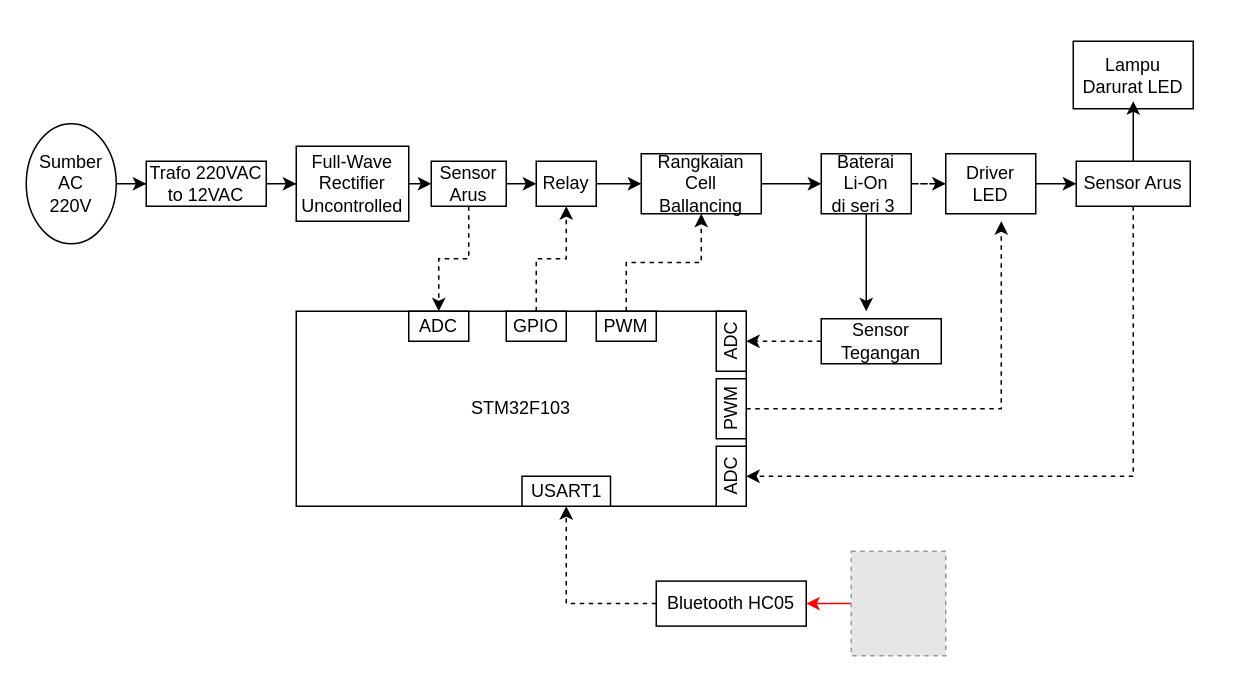
This is fixblok.drawio from Alfinaatika9/CRUD, a draw.io file, before an edit. Source tidied: cells renumbered, new cells numbered last; positions are measured from the earlier drawing's top-left corner, leaving out a move shared by most shapes. Both pictures are drawn from the tidied source at 150%, with x=0, y=0 at pixel (26, 40). Pictures stored in the file or linked from it are replaced by grey dashed boxes.
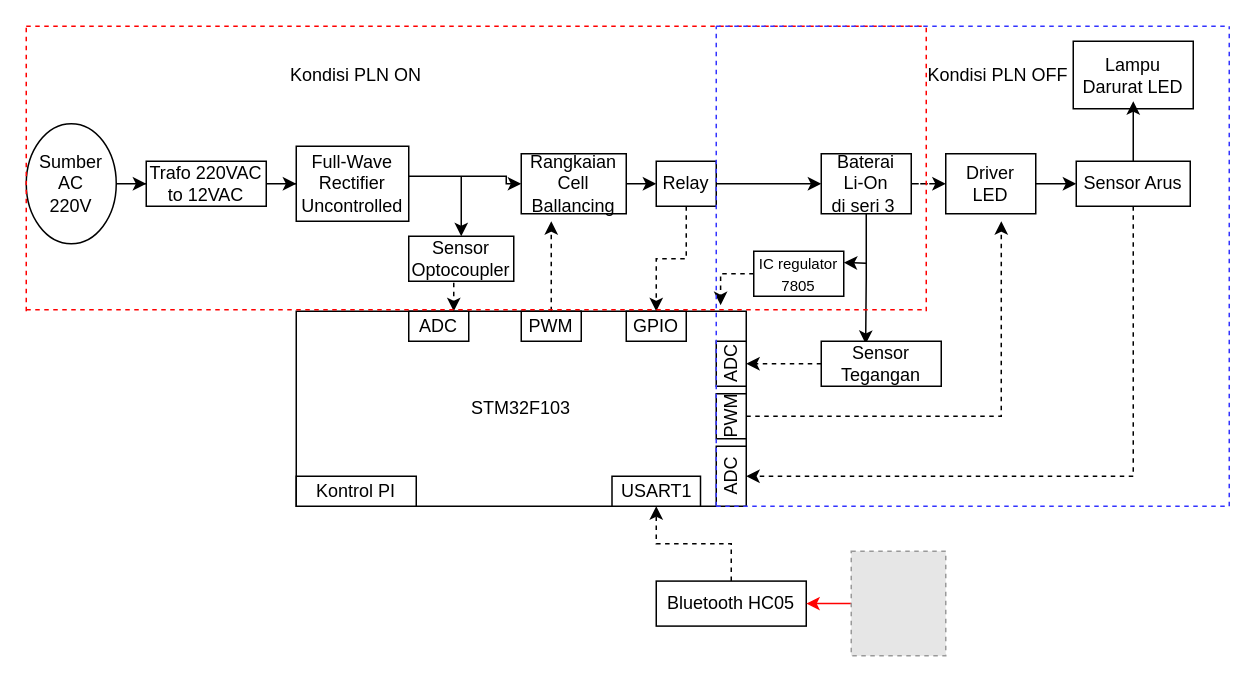
Above is the later version.

The change refers to these unchanged cells:
```xml
<mxCell id="5" value="Full-Wave Rectifier Uncontrolled" style="rounded=0;whiteSpace=wrap;html=1;" parent="1" vertex="1">
  <mxGeometry x="180" y="70" width="75" height="50" as="geometry" />
</mxCell>
<mxCell id="6" value="STM32F103" style="rounded=0;whiteSpace=wrap;html=1;" parent="1" vertex="1">
  <mxGeometry x="180" y="180" width="300" height="130" as="geometry" />
</mxCell>
<mxCell id="13" value="Baterai &lt;br&gt;Li-On &lt;br&gt;di seri 3&amp;nbsp;" style="rounded=0;whiteSpace=wrap;html=1;" parent="1" vertex="1">
  <mxGeometry x="530" y="75" width="60" height="40" as="geometry" />
</mxCell>
<mxCell id="38" value="ADC" style="rounded=0;whiteSpace=wrap;html=1;rotation=0;" parent="1" vertex="1">
  <mxGeometry x="255" y="180" width="40" height="20" as="geometry" />
</mxCell>
```

The edit, as a diff of the source:
```diff
@@
-    <mxCell id="4" style="edgeStyle=orthogonalEdgeStyle;rounded=0;jettySize=auto;html=1;exitX=1;exitY=0.5;exitDx=0;exitDy=0;entryX=0;entryY=0.5;entryDx=0;entryDy=0;" parent="1" edge="1" source="5" target="37">
-      <mxGeometry relative="1" as="geometry" />
-    </mxCell>
+    <mxCell id="41" style="edgeStyle=orthogonalEdgeStyle;rounded=0;jettySize=auto;html=1;entryX=0;entryY=0.5;entryDx=0;entryDy=0;" parent="1" edge="1" source="5" target="24">
+      <mxGeometry relative="1" as="geometry">
+        <Array as="points">
+          <mxPoint x="320" y="90" />
+        </Array>
+      </mxGeometry>
+    </mxCell>
@@
-    <mxCell id="7" style="edgeStyle=orthogonalEdgeStyle;rounded=0;jettySize=auto;html=1;" parent="1" edge="1" source="8" target="24">
-      <mxGeometry relative="1" as="geometry" />
-    </mxCell>
+    <mxCell id="42" style="edgeStyle=orthogonalEdgeStyle;rounded=0;jettySize=auto;html=1;exitX=1;exitY=0.5;exitDx=0;exitDy=0;entryX=0;entryY=0.5;entryDx=0;entryDy=0;" parent="1" edge="1" source="8" target="13">
+      <mxGeometry relative="1" as="geometry" />
+    </mxCell>
+    <mxCell id="43" style="edgeStyle=orthogonalEdgeStyle;rounded=0;jettySize=auto;html=1;entryX=0.5;entryY=1;entryDx=0;entryDy=0;dashed=1;" parent="1" edge="1" source="8" target="40">
+      <mxGeometry relative="1" as="geometry" />
+    </mxCell>
     <mxCell id="8" value="Relay" style="rounded=0;whiteSpace=wrap;html=1;" parent="1" vertex="1">
-      <mxGeometry x="340" y="80" width="40" height="30" as="geometry" />
+      <mxGeometry x="420" y="80" width="40" height="30" as="geometry" />
     </mxCell>
-    <mxCell id="9" style="edgeStyle=orthogonalEdgeStyle;rounded=0;jettySize=auto;html=1;dashed=1;" parent="1" edge="1" source="10" target="8">
-      <mxGeometry relative="1" as="geometry" />
-    </mxCell>
+    <mxCell id="44" style="edgeStyle=orthogonalEdgeStyle;rounded=0;jettySize=auto;html=1;dashed=1;" parent="1" edge="1" source="10">
+      <mxGeometry relative="1" as="geometry">
+        <mxPoint x="350" y="120" as="targetPoint" />
+      </mxGeometry>
+    </mxCell>
-    <mxCell id="10" value="GPIO" style="rounded=0;whiteSpace=wrap;html=1;rotation=0;" parent="1" vertex="1">
-      <mxGeometry x="320" y="180" width="40" height="20" as="geometry" />
+    <mxCell id="10" value="PWM" style="rounded=0;whiteSpace=wrap;html=1;rotation=0;" parent="1" vertex="1">
+      <mxGeometry x="330" y="180" width="40" height="20" as="geometry" />
     </mxCell>
@@
-    <mxCell id="12" style="edgeStyle=orthogonalEdgeStyle;rounded=0;jettySize=auto;html=1;" parent="1" edge="1" source="13">
-      <mxGeometry relative="1" as="geometry">
-        <mxPoint x="560" y="180" as="targetPoint" />
-      </mxGeometry>
-    </mxCell>
+    <mxCell id="45" style="edgeStyle=orthogonalEdgeStyle;rounded=0;jettySize=auto;html=1;entryX=0.37;entryY=0.06;entryDx=0;entryDy=0;entryPerimeter=0;" parent="1" edge="1" source="13" target="15">
+      <mxGeometry relative="1" as="geometry" />
+    </mxCell>
@@
     <mxCell id="15" value="Sensor Tegangan" style="rounded=0;whiteSpace=wrap;html=1;" parent="1" vertex="1">
-      <mxGeometry x="530" y="185" width="80" height="30" as="geometry" />
+      <mxGeometry x="530" y="200" width="80" height="30" as="geometry" />
     </mxCell>
     <mxCell id="16" value="ADC" style="rounded=0;whiteSpace=wrap;html=1;rotation=-90;" parent="1" vertex="1">
-      <mxGeometry x="450" y="190" width="40" height="20" as="geometry" />
+      <mxGeometry x="455" y="205" width="30" height="20" as="geometry" />
     </mxCell>
@@
     <mxCell id="20" value="USART1" style="rounded=0;whiteSpace=wrap;html=1;" parent="1" vertex="1">
-      <mxGeometry x="330.5" y="290" width="59" height="20" as="geometry" />
+      <mxGeometry x="390.5" y="290" width="59" height="20" as="geometry" />
     </mxCell>
@@
-    <mxCell id="23" style="edgeStyle=orthogonalEdgeStyle;rounded=0;jettySize=auto;html=1;" parent="1" edge="1" source="24" target="13">
-      <mxGeometry relative="1" as="geometry" />
-    </mxCell>
+    <mxCell id="46" style="edgeStyle=orthogonalEdgeStyle;rounded=0;jettySize=auto;html=1;exitX=1;exitY=0.5;exitDx=0;exitDy=0;entryX=0;entryY=0.5;entryDx=0;entryDy=0;" parent="1" edge="1" source="24" target="8">
+      <mxGeometry relative="1" as="geometry" />
+    </mxCell>
     <mxCell id="24" value="Rangkaian Cell Ballancing" style="rounded=0;whiteSpace=wrap;html=1;" parent="1" vertex="1">
-      <mxGeometry x="410" y="75" width="80" height="40" as="geometry" />
+      <mxGeometry x="330" y="75" width="70" height="40" as="geometry" />
     </mxCell>
@@
     <mxCell id="32" value="PWM" style="rounded=0;whiteSpace=wrap;html=1;rotation=-90;" parent="1" vertex="1">
-      <mxGeometry x="450" y="235" width="40" height="20" as="geometry" />
+      <mxGeometry x="455" y="240" width="30" height="20" as="geometry" />
     </mxCell>
@@
-    <mxCell id="35" style="edgeStyle=orthogonalEdgeStyle;rounded=0;jettySize=auto;html=1;exitX=1;exitY=0.5;exitDx=0;exitDy=0;entryX=0;entryY=0.5;entryDx=0;entryDy=0;" parent="1" edge="1" source="37" target="8">
-      <mxGeometry relative="1" as="geometry" />
-    </mxCell>
-    <mxCell id="36" style="edgeStyle=orthogonalEdgeStyle;rounded=0;jettySize=auto;html=1;entryX=0.5;entryY=0;entryDx=0;entryDy=0;dashed=1;" parent="1" edge="1" source="37" target="38">
-      <mxGeometry relative="1" as="geometry" />
-    </mxCell>
-    <mxCell id="37" value="Sensor Arus" style="rounded=0;whiteSpace=wrap;html=1;" parent="1" vertex="1">
-      <mxGeometry x="270" y="80" width="50" height="30" as="geometry" />
-    </mxCell>
@@
-    <mxCell id="39" style="edgeStyle=orthogonalEdgeStyle;rounded=0;jettySize=auto;html=1;entryX=0.5;entryY=1;entryDx=0;entryDy=0;dashed=1;" parent="1" edge="1" source="40" target="24">
-      <mxGeometry relative="1" as="geometry" />
-    </mxCell>
-    <mxCell id="40" value="PWM" style="rounded=0;whiteSpace=wrap;html=1;rotation=0;direction=west;" parent="1" vertex="1">
-      <mxGeometry x="380" y="180" width="40" height="20" as="geometry" />
+    <mxCell id="40" value="GPIO" style="rounded=0;whiteSpace=wrap;html=1;rotation=0;direction=west;" parent="1" vertex="1">
+      <mxGeometry x="400" y="180" width="40" height="20" as="geometry" />
     </mxCell>
+    <mxCell id="47" style="edgeStyle=orthogonalEdgeStyle;rounded=0;jettySize=auto;html=1;exitX=0.5;exitY=1;exitDx=0;exitDy=0;entryX=0.75;entryY=0;entryDx=0;entryDy=0;dashed=1;" parent="1" edge="1" source="48" target="38">
+      <mxGeometry relative="1" as="geometry" />
+    </mxCell>
+    <mxCell id="48" value="Sensor Optocoupler" style="rounded=0;whiteSpace=wrap;html=1;" parent="1" vertex="1">
+      <mxGeometry x="255" y="130" width="70" height="30" as="geometry" />
+    </mxCell>
+    <mxCell id="49" style="endArrow=classic;html=1;entryX=0.5;entryY=0;entryDx=0;entryDy=0;" parent="1" edge="1" target="48">
+      <mxGeometry relative="1" as="geometry">
+        <mxPoint x="290" y="90" as="sourcePoint" />
+      </mxGeometry>
+    </mxCell>
+    <mxCell id="50" style="edgeStyle=orthogonalEdgeStyle;rounded=0;jettySize=auto;html=1;entryX=0.943;entryY=-0.031;entryDx=0;entryDy=0;entryPerimeter=0;dashed=1;" parent="1" edge="1" source="51" target="6">
+      <mxGeometry relative="1" as="geometry" />
+    </mxCell>
+    <mxCell id="51" value="&lt;font style=&quot;font-size: 10px&quot;&gt;IC regulator 7805&lt;/font&gt;" style="rounded=0;whiteSpace=wrap;html=1;" parent="1" vertex="1">
+      <mxGeometry x="485" y="140" width="60" height="30" as="geometry" />
+    </mxCell>
+    <mxCell id="52" style="endArrow=classic;html=1;entryX=1;entryY=0.25;entryDx=0;entryDy=0;" parent="1" edge="1" target="51">
+      <mxGeometry relative="1" as="geometry">
+        <mxPoint x="560" y="148" as="sourcePoint" />
+      </mxGeometry>
+    </mxCell>
+    <mxCell id="53" style="endArrow=none;dashed=1;html=1;strokeColor=#FF0000;" parent="1" edge="1">
+      <mxGeometry relative="1" as="geometry">
+        <mxPoint y="-10" as="sourcePoint" />
+        <mxPoint x="600" y="-10" as="targetPoint" />
+      </mxGeometry>
+    </mxCell>
+    <mxCell id="54" style="endArrow=none;dashed=1;html=1;strokeColor=#3333FF;" parent="1" edge="1">
+      <mxGeometry relative="1" as="geometry">
+        <mxPoint x="460" y="310" as="sourcePoint" />
+        <mxPoint x="460" y="-10" as="targetPoint" />
+      </mxGeometry>
+    </mxCell>
+    <mxCell id="55" style="endArrow=none;dashed=1;html=1;strokeColor=#FF0000;" parent="1" edge="1">
+      <mxGeometry relative="1" as="geometry">
+        <mxPoint y="180" as="sourcePoint" />
+        <mxPoint y="-10" as="targetPoint" />
+      </mxGeometry>
+    </mxCell>
+    <mxCell id="56" style="endArrow=none;dashed=1;html=1;strokeColor=#FF0000;" parent="1" edge="1">
+      <mxGeometry relative="1" as="geometry">
+        <mxPoint y="179" as="sourcePoint" />
+        <mxPoint x="600" y="179" as="targetPoint" />
+      </mxGeometry>
+    </mxCell>
+    <mxCell id="57" style="endArrow=none;dashed=1;html=1;strokeColor=#3333FF;" parent="1" edge="1">
+      <mxGeometry relative="1" as="geometry">
+        <mxPoint x="460" y="-10" as="sourcePoint" />
+        <mxPoint x="800" y="-10" as="targetPoint" />
+      </mxGeometry>
+    </mxCell>
+    <mxCell id="58" style="endArrow=none;dashed=1;html=1;strokeColor=#3333FF;" parent="1" edge="1">
+      <mxGeometry relative="1" as="geometry">
+        <mxPoint x="802" y="310" as="sourcePoint" />
+        <mxPoint x="802" y="-10" as="targetPoint" />
+      </mxGeometry>
+    </mxCell>
+    <mxCell id="59" style="endArrow=none;dashed=1;html=1;strokeColor=#3333FF;" parent="1" edge="1">
+      <mxGeometry relative="1" as="geometry">
+        <mxPoint x="460" y="310" as="sourcePoint" />
+        <mxPoint x="800" y="310" as="targetPoint" />
+      </mxGeometry>
+    </mxCell>
+    <mxCell id="60" style="endArrow=none;dashed=1;html=1;strokeColor=#FF0000;" parent="1" edge="1">
+      <mxGeometry relative="1" as="geometry">
+        <mxPoint x="600" y="180" as="sourcePoint" />
+        <mxPoint x="600" y="-10" as="targetPoint" />
+      </mxGeometry>
+    </mxCell>
+    <mxCell id="61" value="Kondisi PLN ON" style="text;html=1;strokeColor=none;fillColor=none;align=center;verticalAlign=middle;whiteSpace=wrap;rounded=0;" parent="1" vertex="1">
+      <mxGeometry x="170" y="12.5" width="100" height="20" as="geometry" />
+    </mxCell>
+    <mxCell id="62" value="Kondisi PLN OFF" style="text;html=1;strokeColor=none;fillColor=none;align=center;verticalAlign=middle;whiteSpace=wrap;rounded=0;" parent="1" vertex="1">
+      <mxGeometry x="598" y="12.5" width="100" height="20" as="geometry" />
+    </mxCell>
+    <mxCell id="63" value="Kontrol PI" style="rounded=0;whiteSpace=wrap;html=1;" parent="1" vertex="1">
+      <mxGeometry x="180" y="290" width="80" height="20" as="geometry" />
+    </mxCell>
```
